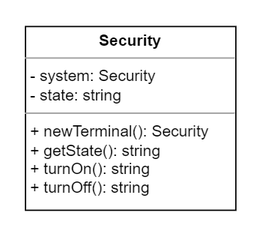
The draw.io diagram singleton/singleton.png in SemeniukVlad/patterns, before a commit. Source tidied: cells renumbered, new cells last; positions are measured from the earlier drawing's top-left corner, leaving out a move shared by most shapes. The source it was exported from:
```xml
<mxGraphModel>
  <root>
    <mxCell id="0" />
    <mxCell id="1" parent="0" />
    <mxCell id="2" value="&lt;p style=&quot;margin: 0px ; margin-top: 4px ; text-align: center&quot;&gt;&lt;b&gt;Security&lt;/b&gt;&lt;/p&gt;&lt;hr size=&quot;1&quot;&gt;&lt;p style=&quot;margin: 0px ; margin-left: 4px&quot;&gt;- system: Security&lt;/p&gt;&lt;p style=&quot;margin: 0px ; margin-left: 4px&quot;&gt;- state: string&lt;/p&gt;&lt;hr size=&quot;1&quot;&gt;&lt;p style=&quot;margin: 0px ; margin-left: 4px&quot;&gt;+ newTerminal(): Security&lt;/p&gt;&lt;p style=&quot;margin: 0px ; margin-left: 4px&quot;&gt;+ getState(): string&lt;/p&gt;&lt;p style=&quot;margin: 0px ; margin-left: 4px&quot;&gt;&lt;span&gt;+ turnOn(): string&lt;/span&gt;&lt;br&gt;&lt;/p&gt;&lt;p style=&quot;margin: 0px ; margin-left: 4px&quot;&gt;&lt;span&gt;+ turnOff(): string&lt;/span&gt;&lt;br&gt;&lt;/p&gt;" style="verticalAlign=top;align=left;overflow=fill;fontSize=12;fontFamily=Helvetica;html=1;" parent="1" vertex="1">
      <mxGeometry width="160" height="140" as="geometry" />
    </mxCell>
  </root>
</mxGraphModel>
```
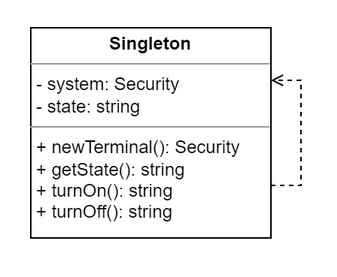
After the commit.

What changed in the source:
```diff
@@ -2,8 +2,11 @@
   <root>
     <mxCell id="0" />
     <mxCell id="1" parent="0" />
-    <mxCell id="2" value="&lt;p style=&quot;margin: 0px ; margin-top: 4px ; text-align: center&quot;&gt;&lt;b&gt;Security&lt;/b&gt;&lt;/p&gt;&lt;hr size=&quot;1&quot;&gt;&lt;p style=&quot;margin: 0px ; margin-left: 4px&quot;&gt;- system: Security&lt;/p&gt;&lt;p style=&quot;margin: 0px ; margin-left: 4px&quot;&gt;- state: string&lt;/p&gt;&lt;hr size=&quot;1&quot;&gt;&lt;p style=&quot;margin: 0px ; margin-left: 4px&quot;&gt;+ newTerminal(): Security&lt;/p&gt;&lt;p style=&quot;margin: 0px ; margin-left: 4px&quot;&gt;+ getState(): string&lt;/p&gt;&lt;p style=&quot;margin: 0px ; margin-left: 4px&quot;&gt;&lt;span&gt;+ turnOn(): string&lt;/span&gt;&lt;br&gt;&lt;/p&gt;&lt;p style=&quot;margin: 0px ; margin-left: 4px&quot;&gt;&lt;span&gt;+ turnOff(): string&lt;/span&gt;&lt;br&gt;&lt;/p&gt;" style="verticalAlign=top;align=left;overflow=fill;fontSize=12;fontFamily=Helvetica;html=1;" parent="1" vertex="1">
-      <mxGeometry width="160" height="140" as="geometry" />
-    </mxCell>
+    <mxCell id="3" value="&lt;p style=&quot;margin: 0px ; margin-top: 4px ; text-align: center&quot;&gt;&lt;b&gt;Singleton&lt;/b&gt;&lt;/p&gt;&lt;hr size=&quot;1&quot;&gt;&lt;p style=&quot;margin: 0px ; margin-left: 4px&quot;&gt;- system: Security&lt;/p&gt;&lt;p style=&quot;margin: 0px ; margin-left: 4px&quot;&gt;- state: string&lt;/p&gt;&lt;hr size=&quot;1&quot;&gt;&lt;p style=&quot;margin: 0px ; margin-left: 4px&quot;&gt;+ newTerminal(): Security&lt;/p&gt;&lt;p style=&quot;margin: 0px ; margin-left: 4px&quot;&gt;+ getState(): string&lt;/p&gt;&lt;p style=&quot;margin: 0px ; margin-left: 4px&quot;&gt;+ turnOn(): string&lt;/p&gt;&lt;p style=&quot;margin: 0px ; margin-left: 4px&quot;&gt;+ turnOff(): string&lt;/p&gt;" style="verticalAlign=top;align=left;overflow=fill;fontSize=12;fontFamily=Helvetica;html=1;" parent="1" vertex="1">
+      <mxGeometry y="-80" width="160" height="140" as="geometry" />
+    </mxCell>
+    <mxCell id="4" style="edgeStyle=orthogonalEdgeStyle;rounded=0;orthogonalLoop=1;jettySize=auto;html=1;exitX=1;exitY=0.75;exitDx=0;exitDy=0;entryX=1;entryY=0.25;entryDx=0;entryDy=0;endArrow=open;endFill=0;dashed=1;" parent="1" edge="1" source="3" target="3">
+      <mxGeometry relative="1" as="geometry" />
+    </mxCell>
   </root>
 </mxGraphModel>
```
